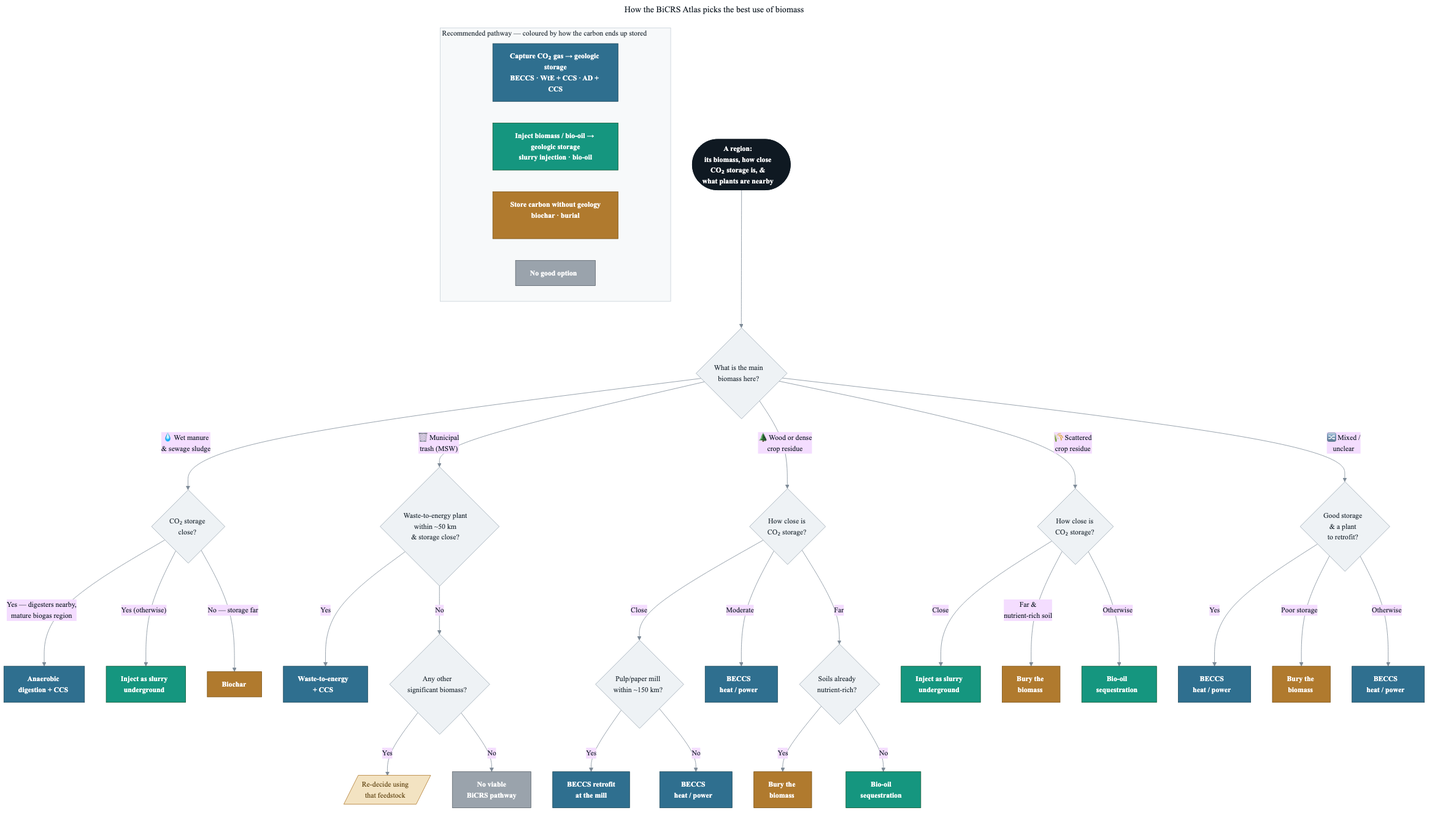
This is docs/recommendation_flowchart.png from hausfath/biomass_map, a Mermaid export, as it was before one commit. Its source is kept beside it as docs/recommendation_flowchart.mmd.
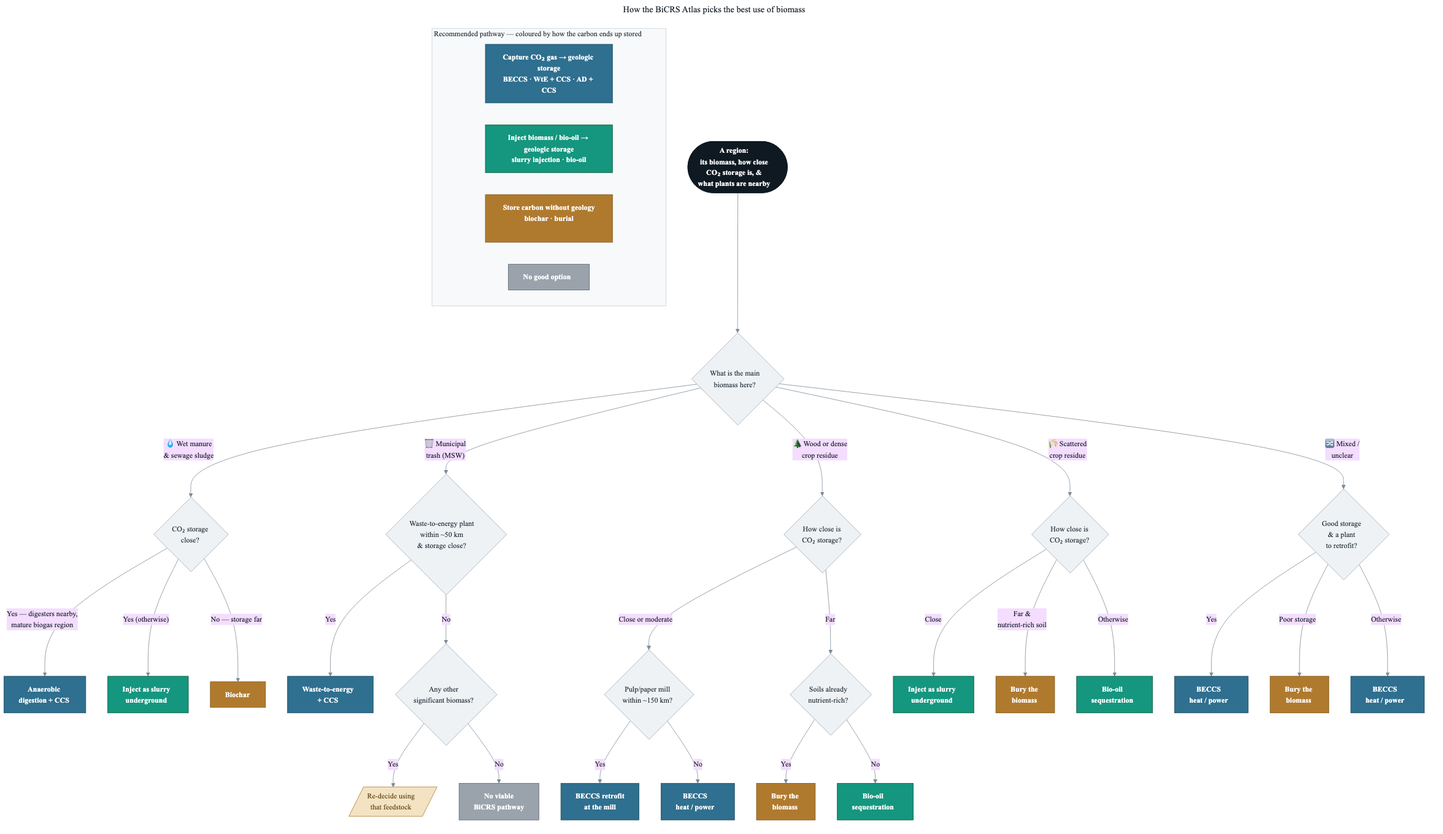
The same file after the commit.

Diff of the diagram source:
```diff
@@ -27,10 +27,9 @@
     Wsec -->|No| Wnone["No viable<br/>BiCRS pathway"]
 
     DOM -->|"🌲 Wood or dense<br/>crop residue"| C{How close is<br/>CO₂ storage?}
-    C -->|Close| Cmill{Pulp/paper mill<br/>within ~150 km?}
+    C -->|Close or moderate| Cmill{Pulp/paper mill<br/>within ~150 km?}
     Cmill -->|Yes| Cpp["BECCS retrofit<br/>at the mill"]
     Cmill -->|No| Cbe["BECCS<br/>heat / power"]
-    C -->|Moderate| Cbe2["BECCS<br/>heat / power"]
     C -->|Far| Cpoor{Soils already<br/>nutrient-rich?}
     Cpoor -->|Yes| Cbur["Bury the<br/>biomass"]
     Cpoor -->|No| Cbo["Bio-oil<br/>sequestration"]
@@ -63,7 +62,7 @@
 
     class Start start;
     class DOM,M,W,Wsec,C,Cmill,Cpoor,D,F q;
-    class Cpp,Cbe,Cbe2,Fbe,Fbe2,Wwte,Mad geo;
+    class Cpp,Cbe,Fbe,Fbe2,Wwte,Mad geo;
     class Minj,Dinj,Cbo,Dbo inj;
     class Mbio,Cbur,Dbur,Fbur store;
     class Wnone none;
```
